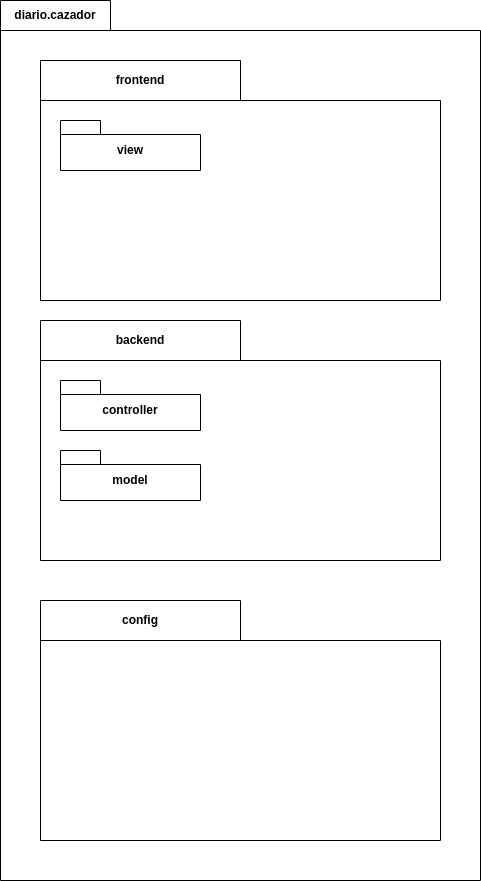
Above: images/diagrama-de-paquetes.drawio.png in eduardosmoralesglez/diario-del-cazador-mhw (draw.io), before the change. Source tidied: cells renumbered, new cells last; positions are measured from the earlier drawing's top-left corner, leaving out a move shared by most shapes.
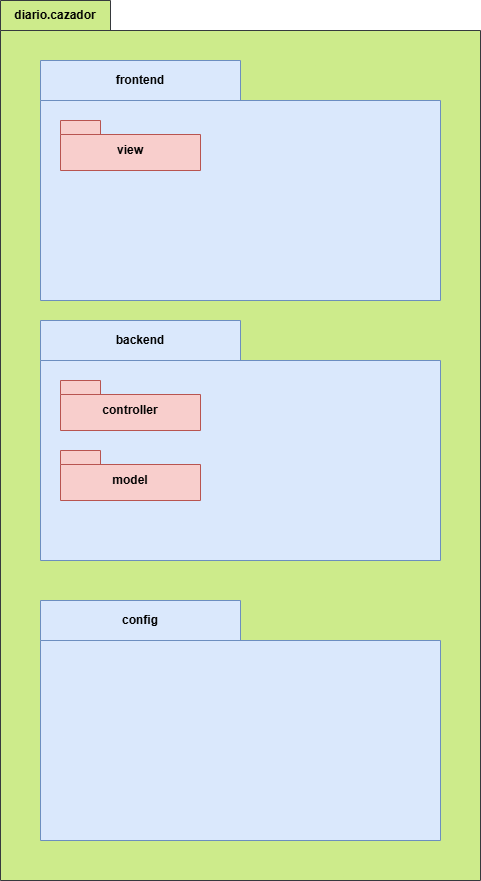
Later version of the same file.

The edit, as a diff of the source:
```diff
@@ -2,25 +2,25 @@
   <root>
     <mxCell id="0" />
     <mxCell id="1" parent="0" />
-    <mxCell id="2" value="diario.cazador" style="shape=folder;fontStyle=1;tabWidth=110;tabHeight=30;tabPosition=left;html=1;boundedLbl=1;labelInHeader=1;whiteSpace=wrap;" parent="1" vertex="1">
+    <mxCell id="2" value="diario.cazador" style="shape=folder;fontStyle=1;tabWidth=110;tabHeight=30;tabPosition=left;html=1;boundedLbl=1;labelInHeader=1;whiteSpace=wrap;fillColor=#cdeb8b;strokeColor=#36393d;" parent="1" vertex="1">
       <mxGeometry width="480" height="880" as="geometry" />
     </mxCell>
-    <mxCell id="3" value="frontend" style="shape=folder;fontStyle=1;tabWidth=200;tabHeight=40;tabPosition=left;html=1;boundedLbl=1;labelInHeader=1;whiteSpace=wrap;" parent="2" vertex="1">
+    <mxCell id="3" value="frontend" style="shape=folder;fontStyle=1;tabWidth=200;tabHeight=40;tabPosition=left;html=1;boundedLbl=1;labelInHeader=1;whiteSpace=wrap;fillColor=#dae8fc;strokeColor=#6c8ebf;" parent="2" vertex="1">
       <mxGeometry x="40" y="60" width="400" height="240" as="geometry" />
     </mxCell>
-    <mxCell id="4" value="view" style="shape=folder;fontStyle=1;spacingTop=10;tabWidth=40;tabHeight=14;tabPosition=left;html=1;whiteSpace=wrap;" parent="3" vertex="1">
+    <mxCell id="4" value="view" style="shape=folder;fontStyle=1;spacingTop=10;tabWidth=40;tabHeight=14;tabPosition=left;html=1;whiteSpace=wrap;fillColor=#f8cecc;strokeColor=#b85450;" parent="3" vertex="1">
       <mxGeometry x="20" y="60" width="140" height="50" as="geometry" />
     </mxCell>
-    <mxCell id="5" value="backend" style="shape=folder;fontStyle=1;tabWidth=200;tabHeight=40;tabPosition=left;html=1;boundedLbl=1;labelInHeader=1;whiteSpace=wrap;" parent="2" vertex="1">
+    <mxCell id="5" value="backend" style="shape=folder;fontStyle=1;tabWidth=200;tabHeight=40;tabPosition=left;html=1;boundedLbl=1;labelInHeader=1;whiteSpace=wrap;fillColor=#dae8fc;strokeColor=#6c8ebf;" parent="2" vertex="1">
       <mxGeometry x="40" y="320" width="400" height="240" as="geometry" />
     </mxCell>
-    <mxCell id="6" value="controller" style="shape=folder;fontStyle=1;spacingTop=10;tabWidth=40;tabHeight=14;tabPosition=left;html=1;whiteSpace=wrap;" parent="5" vertex="1">
+    <mxCell id="6" value="controller" style="shape=folder;fontStyle=1;spacingTop=10;tabWidth=40;tabHeight=14;tabPosition=left;html=1;whiteSpace=wrap;fillColor=#f8cecc;strokeColor=#b85450;" parent="5" vertex="1">
       <mxGeometry x="20" y="60" width="140" height="50" as="geometry" />
     </mxCell>
-    <mxCell id="7" value="model" style="shape=folder;fontStyle=1;spacingTop=10;tabWidth=40;tabHeight=14;tabPosition=left;html=1;whiteSpace=wrap;" parent="5" vertex="1">
+    <mxCell id="7" value="model" style="shape=folder;fontStyle=1;spacingTop=10;tabWidth=40;tabHeight=14;tabPosition=left;html=1;whiteSpace=wrap;fillColor=#f8cecc;strokeColor=#b85450;" parent="5" vertex="1">
       <mxGeometry x="20" y="130" width="140" height="50" as="geometry" />
     </mxCell>
-    <mxCell id="8" value="config" style="shape=folder;fontStyle=1;tabWidth=200;tabHeight=40;tabPosition=left;html=1;boundedLbl=1;labelInHeader=1;whiteSpace=wrap;" parent="2" vertex="1">
+    <mxCell id="8" value="config" style="shape=folder;fontStyle=1;tabWidth=200;tabHeight=40;tabPosition=left;html=1;boundedLbl=1;labelInHeader=1;whiteSpace=wrap;fillColor=#dae8fc;strokeColor=#6c8ebf;" parent="2" vertex="1">
       <mxGeometry x="40" y="600" width="400" height="240" as="geometry" />
     </mxCell>
   </root>
```
